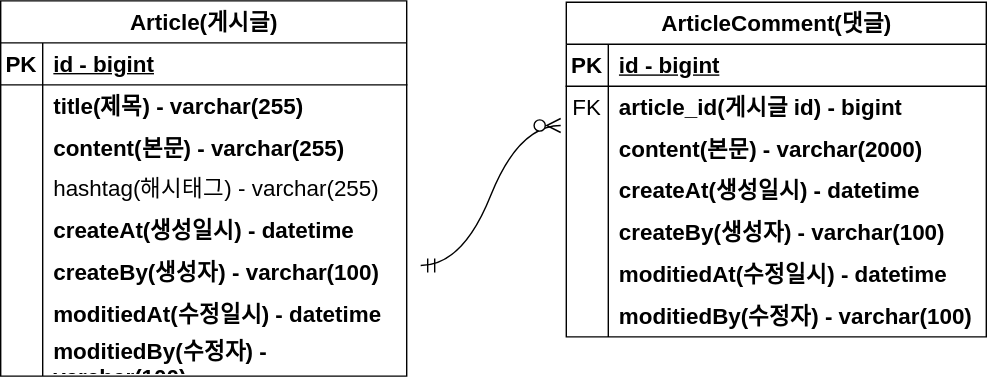
This is document/project-board-erd.svg from 2-seulgi/project-board, a draw.io export, as it was before one commit. Source tidied: cells renumbered, new cells last; positions are measured from the earlier drawing's top-left corner, leaving out a move shared by most shapes.
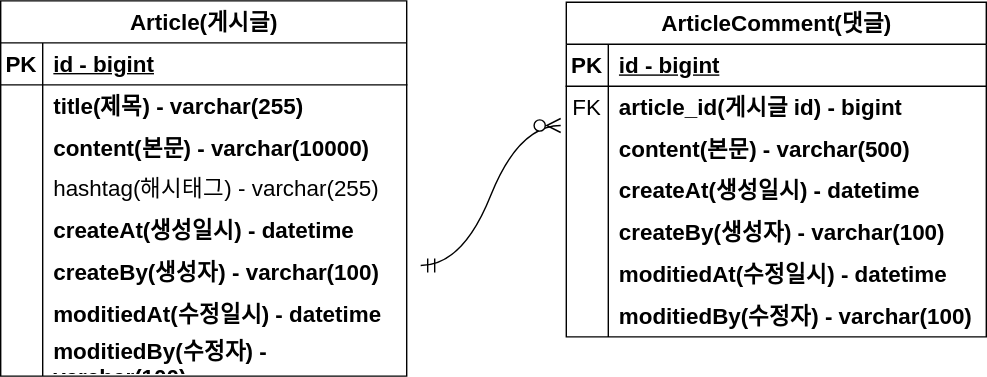
After the change.

Commit message:
#12 - erd 업데이트

The edit, as a diff of the source:
```diff
@@ -29,7 +29,7 @@
     <mxCell id="10" style="shape=partialRectangle;fillColor=none;top=0;left=0;bottom=0;right=0;overflow=hidden;whiteSpace=wrap;html=1;fontSize=16;" parent="9" vertex="1">
       <mxGeometry width="30" height="29" as="geometry" />
     </mxCell>
-    <mxCell id="11" value="content(본문)&amp;nbsp;- varchar(255)" style="shape=partialRectangle;fillColor=none;top=0;left=0;bottom=0;right=0;align=left;spacingLeft=6;overflow=hidden;whiteSpace=wrap;html=1;fontSize=16;fontStyle=1;" parent="9" vertex="1">
+    <mxCell id="11" value="content(본문)&amp;nbsp;- varchar(10000)" style="shape=partialRectangle;fillColor=none;top=0;left=0;bottom=0;right=0;align=left;spacingLeft=6;overflow=hidden;whiteSpace=wrap;html=1;fontSize=16;fontStyle=1;" parent="9" vertex="1">
       <mxGeometry x="30" width="260" height="29" as="geometry" />
     </mxCell>
     <mxCell id="12" style="shape=tableRow;horizontal=0;startSize=0;swimlaneHead=0;swimlaneBody=0;fillColor=none;top=0;left=0;right=0;bottom=0;fontSize=16;" parent="2" vertex="1">
@@ -104,7 +104,7 @@
     <mxCell id="35" style="shape=partialRectangle;fillColor=none;top=0;left=0;bottom=0;right=0;overflow=hidden;whiteSpace=wrap;html=1;fontSize=16;" parent="34" vertex="1">
       <mxGeometry width="30" height="29" as="geometry" />
     </mxCell>
-    <mxCell id="36" value="content(본문)&amp;nbsp;- varchar(2000)" style="shape=partialRectangle;fillColor=none;top=0;left=0;bottom=0;right=0;align=left;spacingLeft=6;overflow=hidden;whiteSpace=wrap;html=1;fontSize=16;fontStyle=1;" parent="34" vertex="1">
+    <mxCell id="36" value="content(본문)&amp;nbsp;- varchar(500)" style="shape=partialRectangle;fillColor=none;top=0;left=0;bottom=0;right=0;align=left;spacingLeft=6;overflow=hidden;whiteSpace=wrap;html=1;fontSize=16;fontStyle=1;" parent="34" vertex="1">
       <mxGeometry x="30" width="270" height="29" as="geometry" />
     </mxCell>
     <mxCell id="37" style="shape=tableRow;horizontal=0;startSize=0;swimlaneHead=0;swimlaneBody=0;fillColor=none;top=0;left=0;right=0;bottom=0;fontSize=16;" parent="27" vertex="1">
```
